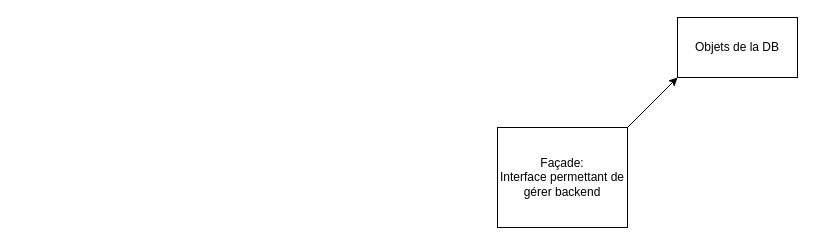
This is Untitled Diagram.drawio from hugoSN7/ProjetWeb, a draw.io file, before an edit. Source tidied: cells renumbered, new cells numbered last; positions are measured from the earlier drawing's top-left corner, leaving out a move shared by most shapes. Both pictures are drawn from the tidied source at 100%, with x=0, y=0 at pixel (497, 17).
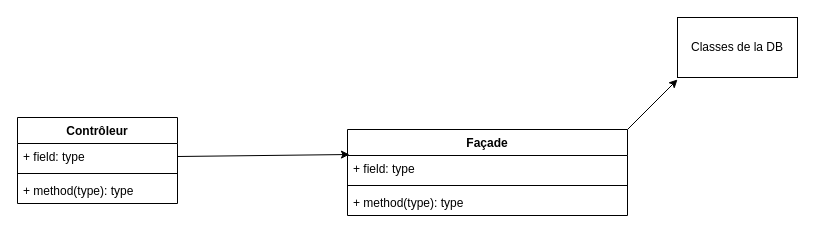
The same diagram, later.

Commit message:
Diagramme UML Projet Web

The edit, as a diff of the source:
```diff
@@
 <mxGraphModel>
   <root>
     <mxCell id="0" />
     <mxCell id="1" parent="0" />
-    <mxCell id="2" value="&lt;div&gt;Façade:&lt;/div&gt;&lt;div&gt;Interface permettant de gérer backend&lt;br&gt;&lt;/div&gt;" style="rounded=0;whiteSpace=wrap;html=1;fontFamily=Helvetica;" parent="1" vertex="1">
-      <mxGeometry y="110" width="130" height="100" as="geometry" />
-    </mxCell>
     <mxCell id="3" style="endArrow=classic;html=1;rounded=0;strokeColor=#000000;" parent="1" edge="1">
       <mxGeometry relative="1" as="geometry">
-        <mxPoint x="130" y="110" as="sourcePoint" />
-        <mxPoint x="180" y="60" as="targetPoint" />
+        <mxPoint x="130" y="112" as="sourcePoint" />
+        <mxPoint x="180" y="62" as="targetPoint" />
       </mxGeometry>
     </mxCell>
-    <mxCell id="4" value="Objets de la DB" style="rounded=0;whiteSpace=wrap;html=1;" parent="1" vertex="1">
+    <mxCell id="4" value="Classes de la DB" style="rounded=0;whiteSpace=wrap;html=1;" parent="1" vertex="1">
       <mxGeometry x="180" width="120" height="60" as="geometry" />
     </mxCell>
+    <mxCell id="5" value="Façade" style="swimlane;fontStyle=1;align=center;verticalAlign=top;horizontal=1;startSize=26;" parent="1" vertex="1">
+      <mxGeometry x="-150" y="112" width="280" height="86" as="geometry" />
+    </mxCell>
+    <mxCell id="6" value="+ field: type" style="text;strokeColor=none;fillColor=none;align=left;verticalAlign=top;spacingLeft=4;spacingRight=4;overflow=hidden;points=[[0,0.5],[1,0.5]];portConstraint=eastwest;" parent="5" vertex="1">
+      <mxGeometry y="26" width="280" height="26" as="geometry" />
+    </mxCell>
+    <mxCell id="7" style="line;strokeWidth=1;fillColor=none;align=left;verticalAlign=middle;spacingTop=-1;spacingLeft=3;spacingRight=3;labelPosition=right;" parent="5" vertex="1">
+      <mxGeometry y="52" width="280" height="8" as="geometry" />
+    </mxCell>
+    <mxCell id="8" value="+ method(type): type" style="text;strokeColor=none;fillColor=none;align=left;verticalAlign=top;spacingLeft=4;spacingRight=4;overflow=hidden;" parent="5" vertex="1">
+      <mxGeometry y="60" width="280" height="26" as="geometry" />
+    </mxCell>
+    <mxCell id="9" style="endArrow=classic;html=1;rounded=0;strokeColor=#000000;exitX=1;exitY=0.5;exitDx=0;exitDy=0;entryX=0.007;entryY=-0.038;entryDx=0;entryDy=0;entryPerimeter=0;" parent="1" edge="1" target="6">
+      <mxGeometry relative="1" as="geometry">
+        <mxPoint x="-320" y="139" as="sourcePoint" />
+      </mxGeometry>
+    </mxCell>
+    <mxCell id="10" value="Contrôleur" style="swimlane;fontStyle=1;align=center;verticalAlign=top;horizontal=1;startSize=26;" parent="1" vertex="1">
+      <mxGeometry x="-480" y="100" width="160" height="86" as="geometry" />
+    </mxCell>
+    <mxCell id="11" value="+ field: type" style="text;strokeColor=none;fillColor=none;align=left;verticalAlign=top;spacingLeft=4;spacingRight=4;overflow=hidden;" parent="10" vertex="1">
+      <mxGeometry y="26" width="160" height="26" as="geometry" />
+    </mxCell>
+    <mxCell id="12" style="line;strokeWidth=1;fillColor=none;align=left;verticalAlign=middle;spacingTop=-1;spacingLeft=3;spacingRight=3;labelPosition=right;" parent="10" vertex="1">
+      <mxGeometry y="52" width="160" height="8" as="geometry" />
+    </mxCell>
+    <mxCell id="13" value="+ method(type): type" style="text;strokeColor=none;fillColor=none;align=left;verticalAlign=top;spacingLeft=4;spacingRight=4;overflow=hidden;" parent="10" vertex="1">
+      <mxGeometry y="60" width="160" height="26" as="geometry" />
+    </mxCell>
   </root>
 </mxGraphModel>
```
